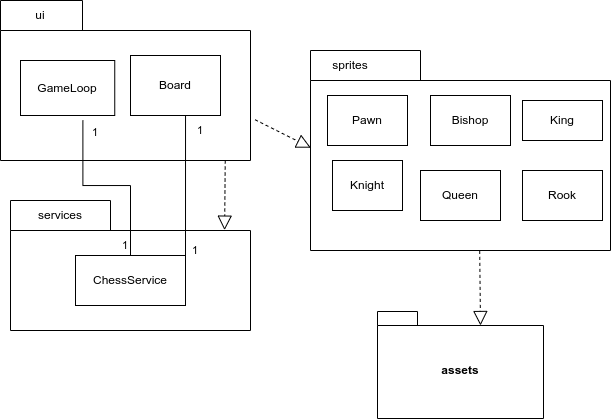
sakorh/ot-harjoitustyo keeps this draw.io diagram as dokumentaatio/kuvat/luokka-pakkaus-kaavio.png. Above is the earlier version. Source tidied: cells renumbered, new cells last; positions are measured from the earlier drawing's top-left corner, leaving out a move shared by most shapes. Its diagram source:
```xml
<mxGraphModel>
  <root>
    <mxCell id="0" style="html=1;" />
    <mxCell id="1" style="html=1;" parent="0" />
    <mxCell id="2" style="shape=folder;fontStyle=1;spacingTop=10;tabWidth=100;tabHeight=30;tabPosition=left;html=1;whiteSpace=wrap;" parent="1" vertex="1">
      <mxGeometry x="10" y="200" width="240" height="130" as="geometry" />
    </mxCell>
    <mxCell id="3" style="shape=folder;fontStyle=1;spacingTop=10;tabWidth=82;tabHeight=30;tabPosition=left;html=1;whiteSpace=wrap;" parent="1" vertex="1">
      <mxGeometry width="250" height="160" as="geometry" />
    </mxCell>
    <mxCell id="4" value="services" style="text;html=1;align=center;verticalAlign=middle;whiteSpace=wrap;rounded=0;" parent="1" vertex="1">
      <mxGeometry x="30" y="200" width="60" height="30" as="geometry" />
    </mxCell>
    <mxCell id="5" style="shape=folder;fontStyle=1;spacingTop=10;tabWidth=110;tabHeight=30;tabPosition=left;html=1;whiteSpace=wrap;" parent="1" vertex="1">
      <mxGeometry x="310" y="50" width="300" height="200" as="geometry" />
    </mxCell>
    <mxCell id="6" value="sprites" style="text;html=1;align=center;verticalAlign=middle;whiteSpace=wrap;rounded=0;" parent="1" vertex="1">
      <mxGeometry x="320" y="50" width="60" height="30" as="geometry" />
    </mxCell>
    <mxCell id="7" value="ui" style="text;html=1;align=center;verticalAlign=middle;whiteSpace=wrap;rounded=0;" parent="1" vertex="1">
      <mxGeometry x="10" width="60" height="30" as="geometry" />
    </mxCell>
    <mxCell id="8" value="ChessService" style="html=1;whiteSpace=wrap;" parent="1" vertex="1">
      <mxGeometry x="75" y="255" width="110" height="50" as="geometry" />
    </mxCell>
    <mxCell id="9" style="endArrow=none;html=1;edgeStyle=orthogonalEdgeStyle;rounded=0;entryX=1;entryY=0.25;entryDx=0;entryDy=0;" parent="1" edge="1" target="8">
      <mxGeometry relative="1" as="geometry">
        <mxPoint x="219.2" y="90" as="sourcePoint" />
        <Array as="points">
          <mxPoint x="185" y="90" />
        </Array>
      </mxGeometry>
    </mxCell>
    <mxCell id="10" value="1" style="text;html=1;align=center;verticalAlign=middle;whiteSpace=wrap;rounded=0;fontSize=11;" parent="1" vertex="1">
      <mxGeometry x="170" y="115" width="60" height="30" as="geometry" />
    </mxCell>
    <mxCell id="11" value="1" style="text;html=1;align=center;verticalAlign=middle;whiteSpace=wrap;rounded=0;fontSize=11;" parent="1" vertex="1">
      <mxGeometry x="165" y="235" width="60" height="30" as="geometry" />
    </mxCell>
    <mxCell id="12" value="GameLoop" style="rounded=0;whiteSpace=wrap;html=1;" parent="1" vertex="1">
      <mxGeometry x="20" y="60" width="94.2" height="55" as="geometry" />
    </mxCell>
    <mxCell id="13" value="Board" style="rounded=0;whiteSpace=wrap;html=1;" parent="1" vertex="1">
      <mxGeometry x="130" y="55" width="90" height="60" as="geometry" />
    </mxCell>
    <mxCell id="14" style="endArrow=none;html=1;edgeStyle=orthogonalEdgeStyle;rounded=0;exitX=0.662;exitY=1.091;exitDx=0;exitDy=0;exitPerimeter=0;entryX=0.5;entryY=0;entryDx=0;entryDy=0;" parent="1" edge="1" source="12" target="8">
      <mxGeometry relative="1" as="geometry" />
    </mxCell>
    <mxCell id="15" value="1" style="edgeLabel;html=1;align=left;verticalAlign=bottom;" parent="14" vertex="1">
      <mxGeometry x="-1" relative="1" as="geometry">
        <mxPoint x="8" y="20" as="offset" />
      </mxGeometry>
    </mxCell>
    <mxCell id="16" value="1" style="edgeLabel;html=1;align=right;verticalAlign=bottom;" parent="14" vertex="1">
      <mxGeometry x="1" relative="1" as="geometry">
        <mxPoint x="-2" y="-2" as="offset" />
      </mxGeometry>
    </mxCell>
    <mxCell id="17" value="Pawn" style="rounded=0;whiteSpace=wrap;html=1;" parent="1" vertex="1">
      <mxGeometry x="327" y="95" width="80" height="50" as="geometry" />
    </mxCell>
    <mxCell id="18" value="Bishop" style="rounded=0;whiteSpace=wrap;html=1;" parent="1" vertex="1">
      <mxGeometry x="430" y="95" width="80" height="50" as="geometry" />
    </mxCell>
    <mxCell id="19" value="King" style="rounded=0;whiteSpace=wrap;html=1;" parent="1" vertex="1">
      <mxGeometry x="522" y="100" width="80" height="40" as="geometry" />
    </mxCell>
    <mxCell id="20" value="Knight" style="rounded=0;whiteSpace=wrap;html=1;" parent="1" vertex="1">
      <mxGeometry x="332" y="160" width="70" height="50" as="geometry" />
    </mxCell>
    <mxCell id="21" value="Queen" style="rounded=0;whiteSpace=wrap;html=1;" parent="1" vertex="1">
      <mxGeometry x="420" y="170" width="80" height="50" as="geometry" />
    </mxCell>
    <mxCell id="22" value="Rook" style="rounded=0;whiteSpace=wrap;html=1;" parent="1" vertex="1">
      <mxGeometry x="522" y="170" width="80" height="50" as="geometry" />
    </mxCell>
    <mxCell id="23" style="endArrow=block;dashed=1;endFill=0;endSize=12;html=1;rounded=0;exitX=1.018;exitY=0.745;exitDx=0;exitDy=0;exitPerimeter=0;entryX=0.001;entryY=0.486;entryDx=0;entryDy=0;entryPerimeter=0;" parent="1" edge="1" source="3" target="5">
      <mxGeometry relative="1" as="geometry" />
    </mxCell>
    <mxCell id="24" style="endArrow=block;dashed=1;endFill=0;endSize=12;html=1;rounded=0;exitX=0.899;exitY=1;exitDx=0;exitDy=0;exitPerimeter=0;entryX=0.892;entryY=0.228;entryDx=0;entryDy=0;entryPerimeter=0;" parent="1" edge="1" source="3" target="2">
      <mxGeometry relative="1" as="geometry" />
    </mxCell>
    <mxCell id="25" value="assets" style="shape=folder;fontStyle=1;spacingTop=10;tabWidth=40;tabHeight=14;tabPosition=left;html=1;whiteSpace=wrap;" parent="1" vertex="1">
      <mxGeometry x="377" y="311" width="166" height="107" as="geometry" />
    </mxCell>
    <mxCell id="26" style="endArrow=block;dashed=1;endFill=0;endSize=12;html=1;rounded=0;exitX=0.564;exitY=1.002;exitDx=0;exitDy=0;exitPerimeter=0;entryX=0;entryY=0;entryDx=103;entryDy=14;entryPerimeter=0;" parent="1" edge="1" source="5" target="25">
      <mxGeometry relative="1" as="geometry" />
    </mxCell>
  </root>
</mxGraphModel>
```
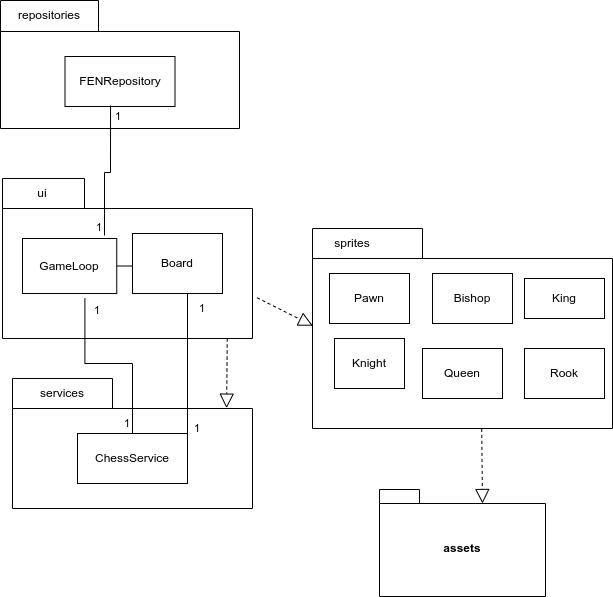
The same file after the commit.

Change to the diagram source:
```diff
@@ -86,5 +86,32 @@
     <mxCell id="26" style="endArrow=block;dashed=1;endFill=0;endSize=12;html=1;rounded=0;exitX=0.564;exitY=1.002;exitDx=0;exitDy=0;exitPerimeter=0;entryX=0;entryY=0;entryDx=103;entryDy=14;entryPerimeter=0;" parent="1" edge="1" source="5" target="25">
       <mxGeometry relative="1" as="geometry" />
     </mxCell>
+    <mxCell id="27" style="shape=folder;fontStyle=1;spacingTop=10;tabWidth=98;tabHeight=31;tabPosition=left;html=1;whiteSpace=wrap;" parent="1" vertex="1">
+      <mxGeometry x="-2" y="-178" width="239" height="128" as="geometry" />
+    </mxCell>
+    <mxCell id="28" value="repositories" style="text;html=1;align=center;verticalAlign=middle;whiteSpace=wrap;rounded=0;" parent="1" vertex="1">
+      <mxGeometry x="17" y="-178" width="60" height="30" as="geometry" />
+    </mxCell>
+    <mxCell id="29" value="FENRepository" style="html=1;whiteSpace=wrap;" parent="1" vertex="1">
+      <mxGeometry x="62.5" y="-122" width="110" height="50" as="geometry" />
+    </mxCell>
+    <mxCell id="30" style="endArrow=none;html=1;edgeStyle=orthogonalEdgeStyle;rounded=0;exitX=0.414;exitY=0.98;exitDx=0;exitDy=0;exitPerimeter=0;entryX=0.87;entryY=-0.055;entryDx=0;entryDy=0;entryPerimeter=0;" parent="1" edge="1" source="29" target="12">
+      <mxGeometry relative="1" as="geometry" />
+    </mxCell>
+    <mxCell id="31" value="1" style="edgeLabel;html=1;align=left;verticalAlign=bottom;" parent="30" vertex="1">
+      <mxGeometry x="-1" relative="1" as="geometry">
+        <mxPoint x="3" y="19" as="offset" />
+      </mxGeometry>
+    </mxCell>
+    <mxCell id="32" value="1" style="edgeLabel;html=1;align=right;verticalAlign=bottom;" parent="30" vertex="1">
+      <mxGeometry x="1" relative="1" as="geometry">
+        <mxPoint x="-2" as="offset" />
+      </mxGeometry>
+    </mxCell>
+    <mxCell id="33" style="endArrow=none;html=1;edgeStyle=orthogonalEdgeStyle;rounded=0;exitX=1;exitY=0.5;exitDx=0;exitDy=0;" parent="1" edge="1" source="12">
+      <mxGeometry relative="1" as="geometry">
+        <mxPoint x="129" y="88" as="targetPoint" />
+      </mxGeometry>
+    </mxCell>
   </root>
 </mxGraphModel>
```
